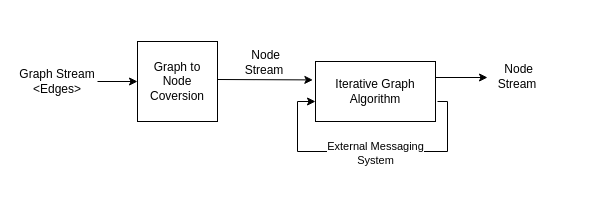
Above: Async.drawio in komzy/FlinkPregelPaper (draw.io), before the change. Source tidied: cells renumbered, new cells numbered last; positions are measured from the earlier drawing's top-left corner, leaving out a move shared by most shapes. Both pictures are drawn from the tidied source at 100%, with x=0, y=0 at pixel (17, 41).
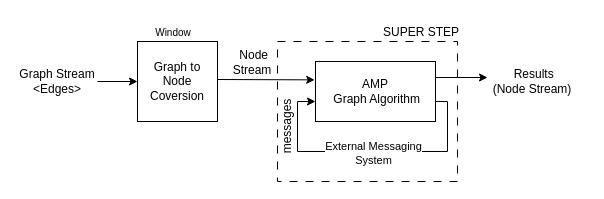
The same page after the edit.

Diff of the diagram source:
```diff
@@
+    <mxCell id="12" style="rounded=0;whiteSpace=wrap;html=1;fillColor=none;dashed=1;dashPattern=8 8;" parent="1" vertex="1">
+      <mxGeometry x="260" width="180" height="140" as="geometry" />
+    </mxCell>
@@
-    <mxCell id="3" value="Iterative Graph Algorithm" style="rounded=0;whiteSpace=wrap;html=1;" parent="1" vertex="1">
+    <mxCell id="3" value="AMP&lt;div&gt;&amp;nbsp;Graph Algorithm&lt;/div&gt;" style="rounded=0;whiteSpace=wrap;html=1;" parent="1" vertex="1">
       <mxGeometry x="298" y="20" width="120" height="60" as="geometry" />
     </mxCell>
-    <mxCell id="4" style="endArrow=classic;html=1;rounded=0;entryX=-0.022;entryY=0.307;entryDx=0;entryDy=0;entryPerimeter=0;" parent="1" edge="1" target="3">
+    <mxCell id="4" style="endArrow=classic;html=1;rounded=0;entryX=-0.007;entryY=0.306;entryDx=0;entryDy=0;entryPerimeter=0;" parent="1" edge="1" target="3">
       <mxGeometry relative="1" as="geometry">
         <mxPoint x="200" y="38" as="sourcePoint" />
       </mxGeometry>
     </mxCell>
-    <mxCell id="5" style="endArrow=classic;html=1;rounded=0;curved=0;" parent="1" edge="1">
+    <mxCell id="5" style="endArrow=classic;html=1;rounded=0;curved=0;exitX=1;exitY=0.666;exitDx=0;exitDy=0;exitPerimeter=0;" parent="1" edge="1" source="3">
       <mxGeometry relative="1" as="geometry">
-        <mxPoint x="420" y="60" as="sourcePoint" />
         <mxPoint x="298" y="60" as="targetPoint" />
         <Array as="points">
           <mxPoint x="430" y="60" />
           <mxPoint x="430" y="110" />
           <mxPoint x="280" y="110" />
           <mxPoint x="280" y="60" />
         </Array>
       </mxGeometry>
     </mxCell>
     <mxCell id="6" value="External Messaging&lt;div&gt;System&lt;/div&gt;" style="edgeLabel;html=1;align=center;verticalAlign=middle;" parent="5" vertex="1">
       <mxGeometry x="-0.03" y="1" relative="1" as="geometry">
-        <mxPoint x="2" as="offset" />
+        <mxPoint x="-1" as="offset" />
       </mxGeometry>
     </mxCell>
@@
-    <mxCell id="8" value="&amp;nbsp;Node Stream" style="text;html=1;whiteSpace=wrap;strokeColor=none;fillColor=none;align=center;verticalAlign=middle;rounded=0;" parent="1" vertex="1">
-      <mxGeometry x="470" y="20" width="60" height="30" as="geometry" />
+    <mxCell id="8" value="&amp;nbsp;Results&lt;div&gt;(Node Stream)&lt;/div&gt;" style="text;html=1;whiteSpace=wrap;strokeColor=none;fillColor=none;align=center;verticalAlign=middle;rounded=0;" parent="1" vertex="1">
+      <mxGeometry x="460" y="20" width="110" height="40" as="geometry" />
     </mxCell>
     <mxCell id="9" value="&amp;nbsp;Node Stream" style="text;html=1;whiteSpace=wrap;strokeColor=none;fillColor=none;align=center;verticalAlign=middle;rounded=0;" parent="1" vertex="1">
-      <mxGeometry x="217" y="6" width="60" height="30" as="geometry" />
+      <mxGeometry x="205" y="6" width="60" height="30" as="geometry" />
     </mxCell>
@@
+    <mxCell id="13" value="SUPER STEP" style="text;html=1;whiteSpace=wrap;strokeColor=none;fillColor=none;align=center;verticalAlign=middle;rounded=0;" parent="1" vertex="1">
+      <mxGeometry x="359" y="-24" width="90" height="30" as="geometry" />
+    </mxCell>
+    <mxCell id="14" value="&lt;font style=&quot;font-size: 10px;&quot;&gt;Window&lt;/font&gt;" style="text;html=1;whiteSpace=wrap;strokeColor=none;fillColor=none;align=center;verticalAlign=middle;rounded=0;" parent="1" vertex="1">
+      <mxGeometry x="129" y="-14" width="54" height="10" as="geometry" />
+    </mxCell>
+    <mxCell id="15" value="messages" style="text;html=1;whiteSpace=wrap;strokeColor=none;fillColor=none;align=center;verticalAlign=middle;rounded=0;horizontal=0;" parent="1" vertex="1">
+      <mxGeometry x="230" y="70" width="80" height="30" as="geometry" />
+    </mxCell>
```
